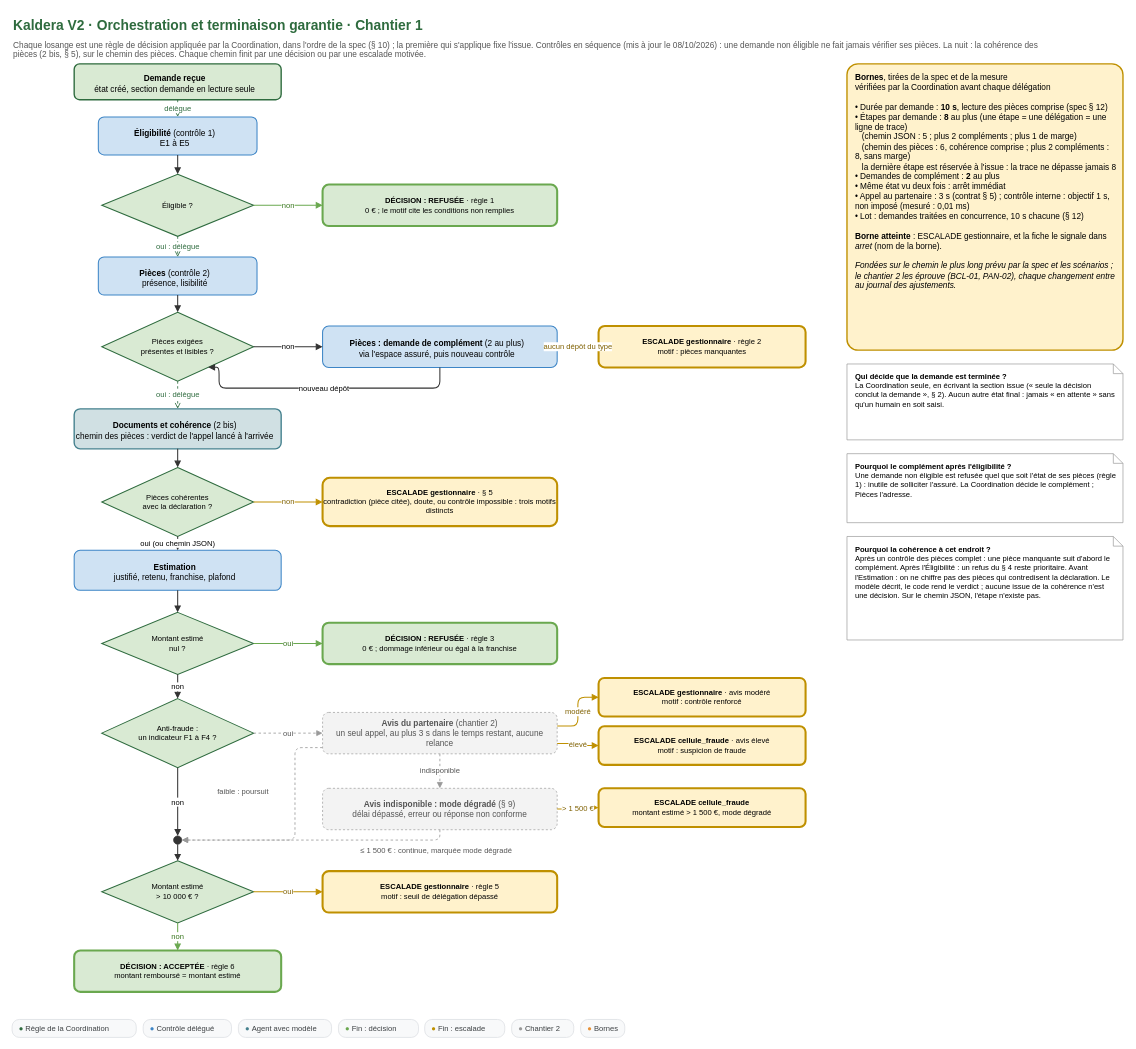
Ganda15/kaldera-bout-en-bout_v2 keeps this draw.io diagram as conception/schemas/schema-2-orchestration.drawio. Above is the earlier version. Source tidied: cells renumbered, new cells numbered last; positions are measured from the earlier drawing's top-left corner, leaving out a move shared by most shapes. Both pictures are drawn from the tidied source at 69%, with x=0, y=0 at pixel (12, 12).
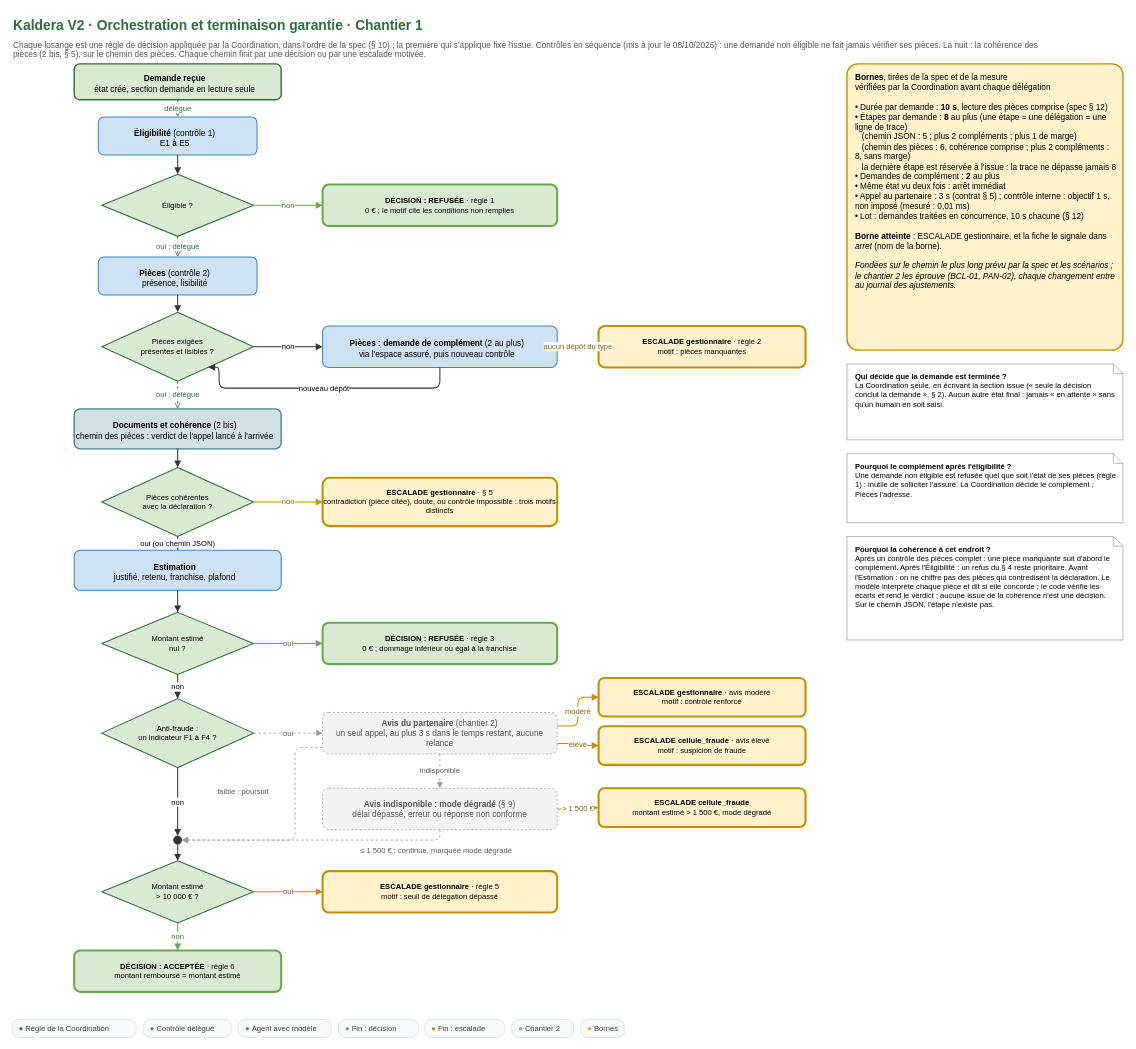
The same page after the edit.

Diff of the diagram source:
```diff
@@
-    <mxCell id="30" value="&lt;b&gt;Pourquoi la cohérence à cet endroit ?&lt;/b&gt;&lt;br&gt;Après un contrôle des pièces complet : une pièce manquante suit d'abord le complément. Après l'Éligibilité : un refus du § 4 reste prioritaire. Avant l'Estimation : on ne chiffre pas des pièces qui contredisent la déclaration. Le modèle décrit, le code rend le verdict ; aucune issue de la cohérence n'est une décision. Sur le chemin JSON, l'étape n'existe pas." style="whiteSpace=wrap;html=1;fontFamily=Arial;fontSize=12;align=left;spacingLeft=10;spacingRight=8;verticalAlign=top;spacingTop=6;shape=note;size=14;fillColor=#ffffff;strokeColor=#999999;fontSize=11;" parent="1" vertex="1">
+    <mxCell id="30" value="&lt;b&gt;Pourquoi la cohérence à cet endroit ?&lt;/b&gt;&lt;br&gt;Après un contrôle des pièces complet : une pièce manquante suit d'abord le complément. Après l'Éligibilité : un refus du § 4 reste prioritaire. Avant l'Estimation : on ne chiffre pas des pièces qui contredisent la déclaration. Le modèle interprète chaque pièce et dit si elle concorde ; le code vérifie les écarts et rend le verdict ; aucune issue de la cohérence n'est une décision. Sur le chemin JSON, l'étape n'existe pas." style="whiteSpace=wrap;html=1;fontFamily=Arial;fontSize=12;align=left;spacingLeft=10;spacingRight=8;verticalAlign=top;spacingTop=6;shape=note;size=14;fillColor=#ffffff;strokeColor=#999999;fontSize=11;" parent="1" vertex="1">
       <mxGeometry x="1210" y="760" width="400" height="150" as="geometry" />
     </mxCell>
```
